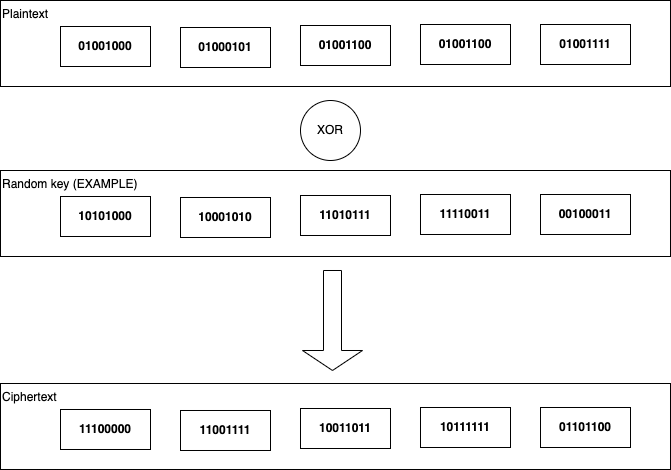
This is docs/posts/4/encryption.drawio.png from msedzins/mywebsite, a draw.io export, as it was before one commit. Source tidied: cells renumbered, new cells last; positions are measured from the earlier drawing's top-left corner, leaving out a move shared by most shapes. Source of this version:
```xml
<mxGraphModel>
  <root>
    <mxCell id="0" />
    <mxCell id="1" parent="0" />
    <mxCell id="2" value="Plaintext" style="rounded=0;whiteSpace=wrap;html=1;align=left;verticalAlign=top;" parent="1" vertex="1">
      <mxGeometry width="670" height="86" as="geometry" />
    </mxCell>
    <mxCell id="3" value="&lt;b&gt;01001000&lt;/b&gt;" style="rounded=0;whiteSpace=wrap;html=1;" parent="1" vertex="1">
      <mxGeometry x="60" y="26" width="90" height="40" as="geometry" />
    </mxCell>
    <mxCell id="4" value="&lt;b&gt;01000101&lt;/b&gt;" style="rounded=0;whiteSpace=wrap;html=1;" parent="1" vertex="1">
      <mxGeometry x="180" y="27" width="90" height="40" as="geometry" />
    </mxCell>
    <mxCell id="5" value="&lt;b&gt;01001100&lt;/b&gt;" style="rounded=0;whiteSpace=wrap;html=1;" parent="1" vertex="1">
      <mxGeometry x="300" y="25" width="90" height="40" as="geometry" />
    </mxCell>
    <mxCell id="6" value="&lt;b&gt;01001100&lt;/b&gt;" style="rounded=0;whiteSpace=wrap;html=1;" parent="1" vertex="1">
      <mxGeometry x="420" y="24" width="90" height="40" as="geometry" />
    </mxCell>
    <mxCell id="7" value="&lt;b&gt;01001111&lt;/b&gt;" style="rounded=0;whiteSpace=wrap;html=1;" parent="1" vertex="1">
      <mxGeometry x="540" y="24" width="90" height="40" as="geometry" />
    </mxCell>
    <mxCell id="8" value="Random key (EXAMPLE)" style="rounded=0;whiteSpace=wrap;html=1;align=left;verticalAlign=top;" parent="1" vertex="1">
      <mxGeometry y="170" width="670" height="86" as="geometry" />
    </mxCell>
    <mxCell id="9" value="&lt;b&gt;10101000&lt;/b&gt;&lt;b&gt;&lt;br&gt;&lt;/b&gt;" style="rounded=0;whiteSpace=wrap;html=1;" parent="1" vertex="1">
      <mxGeometry x="60" y="196" width="90" height="40" as="geometry" />
    </mxCell>
    <mxCell id="10" value="&lt;b style=&quot;border-color: var(--border-color);&quot;&gt;10001010&lt;br&gt;&lt;/b&gt;" style="rounded=0;whiteSpace=wrap;html=1;" parent="1" vertex="1">
      <mxGeometry x="180" y="197" width="90" height="40" as="geometry" />
    </mxCell>
    <mxCell id="11" value="&lt;b style=&quot;border-color: var(--border-color);&quot;&gt;11010111&lt;br&gt;&lt;/b&gt;" style="rounded=0;whiteSpace=wrap;html=1;" parent="1" vertex="1">
      <mxGeometry x="300" y="195" width="90" height="40" as="geometry" />
    </mxCell>
    <mxCell id="12" value="&lt;b style=&quot;border-color: var(--border-color);&quot;&gt;11110011&lt;br&gt;&lt;/b&gt;" style="rounded=0;whiteSpace=wrap;html=1;" parent="1" vertex="1">
      <mxGeometry x="420" y="194" width="90" height="40" as="geometry" />
    </mxCell>
    <mxCell id="13" value="&lt;b&gt;00100011&lt;/b&gt;&lt;b&gt;&lt;br&gt;&lt;/b&gt;" style="rounded=0;whiteSpace=wrap;html=1;" parent="1" vertex="1">
      <mxGeometry x="540" y="194" width="90" height="40" as="geometry" />
    </mxCell>
    <mxCell id="14" value="Ciphertext" style="rounded=0;whiteSpace=wrap;html=1;align=left;verticalAlign=top;" parent="1" vertex="1">
      <mxGeometry y="383" width="670" height="86" as="geometry" />
    </mxCell>
    <mxCell id="15" value="&lt;b&gt;11100000&lt;/b&gt;" style="rounded=0;whiteSpace=wrap;html=1;" parent="1" vertex="1">
      <mxGeometry x="60" y="409" width="90" height="40" as="geometry" />
    </mxCell>
    <mxCell id="16" value="&lt;b style=&quot;border-color: var(--border-color);&quot;&gt;11001111&lt;/b&gt;" style="rounded=0;whiteSpace=wrap;html=1;" parent="1" vertex="1">
      <mxGeometry x="180" y="410" width="90" height="40" as="geometry" />
    </mxCell>
    <mxCell id="17" value="&lt;b style=&quot;border-color: var(--border-color);&quot;&gt;10011011&lt;/b&gt;" style="rounded=0;whiteSpace=wrap;html=1;" parent="1" vertex="1">
      <mxGeometry x="300" y="408" width="90" height="40" as="geometry" />
    </mxCell>
    <mxCell id="18" value="&lt;b&gt;10111111&lt;/b&gt;" style="rounded=0;whiteSpace=wrap;html=1;" parent="1" vertex="1">
      <mxGeometry x="420" y="407" width="90" height="40" as="geometry" />
    </mxCell>
    <mxCell id="19" value="&lt;b&gt;01101100&lt;/b&gt;" style="rounded=0;whiteSpace=wrap;html=1;" parent="1" vertex="1">
      <mxGeometry x="540" y="407" width="90" height="40" as="geometry" />
    </mxCell>
    <mxCell id="20" style="shape=singleArrow;direction=south;whiteSpace=wrap;html=1;" parent="1" vertex="1">
      <mxGeometry x="302" y="270" width="60" height="100" as="geometry" />
    </mxCell>
    <mxCell id="21" value="XOR" style="ellipse;whiteSpace=wrap;html=1;" parent="1" vertex="1">
      <mxGeometry x="300" y="100" width="60" height="60" as="geometry" />
    </mxCell>
  </root>
</mxGraphModel>
```
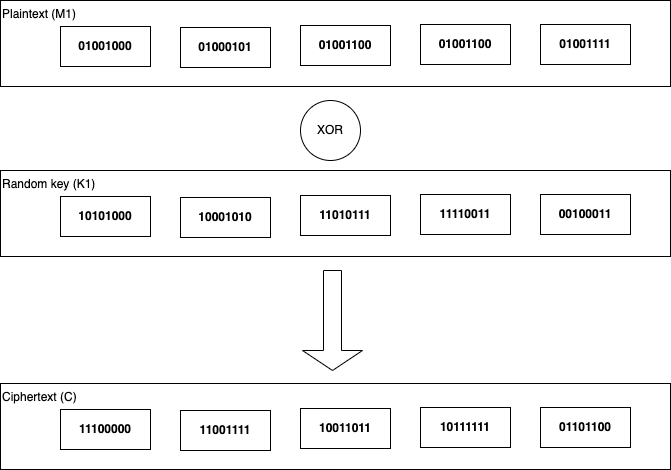
The same diagram one commit later.

Change to the diagram source:
```diff
@@ -2,7 +2,7 @@
   <root>
     <mxCell id="0" />
     <mxCell id="1" parent="0" />
-    <mxCell id="2" value="Plaintext" style="rounded=0;whiteSpace=wrap;html=1;align=left;verticalAlign=top;" parent="1" vertex="1">
+    <mxCell id="2" value="Plaintext (M1)" style="rounded=0;whiteSpace=wrap;html=1;align=left;verticalAlign=top;" parent="1" vertex="1">
       <mxGeometry width="670" height="86" as="geometry" />
     </mxCell>
     <mxCell id="3" value="&lt;b&gt;01001000&lt;/b&gt;" style="rounded=0;whiteSpace=wrap;html=1;" parent="1" vertex="1">
@@ -20,7 +20,7 @@
     <mxCell id="7" value="&lt;b&gt;01001111&lt;/b&gt;" style="rounded=0;whiteSpace=wrap;html=1;" parent="1" vertex="1">
       <mxGeometry x="540" y="24" width="90" height="40" as="geometry" />
     </mxCell>
-    <mxCell id="8" value="Random key (EXAMPLE)" style="rounded=0;whiteSpace=wrap;html=1;align=left;verticalAlign=top;" parent="1" vertex="1">
+    <mxCell id="8" value="Random key (K1)" style="rounded=0;whiteSpace=wrap;html=1;align=left;verticalAlign=top;" parent="1" vertex="1">
       <mxGeometry y="170" width="670" height="86" as="geometry" />
     </mxCell>
     <mxCell id="9" value="&lt;b&gt;10101000&lt;/b&gt;&lt;b&gt;&lt;br&gt;&lt;/b&gt;" style="rounded=0;whiteSpace=wrap;html=1;" parent="1" vertex="1">
@@ -38,7 +38,7 @@
     <mxCell id="13" value="&lt;b&gt;00100011&lt;/b&gt;&lt;b&gt;&lt;br&gt;&lt;/b&gt;" style="rounded=0;whiteSpace=wrap;html=1;" parent="1" vertex="1">
       <mxGeometry x="540" y="194" width="90" height="40" as="geometry" />
     </mxCell>
-    <mxCell id="14" value="Ciphertext" style="rounded=0;whiteSpace=wrap;html=1;align=left;verticalAlign=top;" parent="1" vertex="1">
+    <mxCell id="14" value="Ciphertext (C)" style="rounded=0;whiteSpace=wrap;html=1;align=left;verticalAlign=top;" parent="1" vertex="1">
       <mxGeometry y="383" width="670" height="86" as="geometry" />
     </mxCell>
     <mxCell id="15" value="&lt;b&gt;11100000&lt;/b&gt;" style="rounded=0;whiteSpace=wrap;html=1;" parent="1" vertex="1">
```
